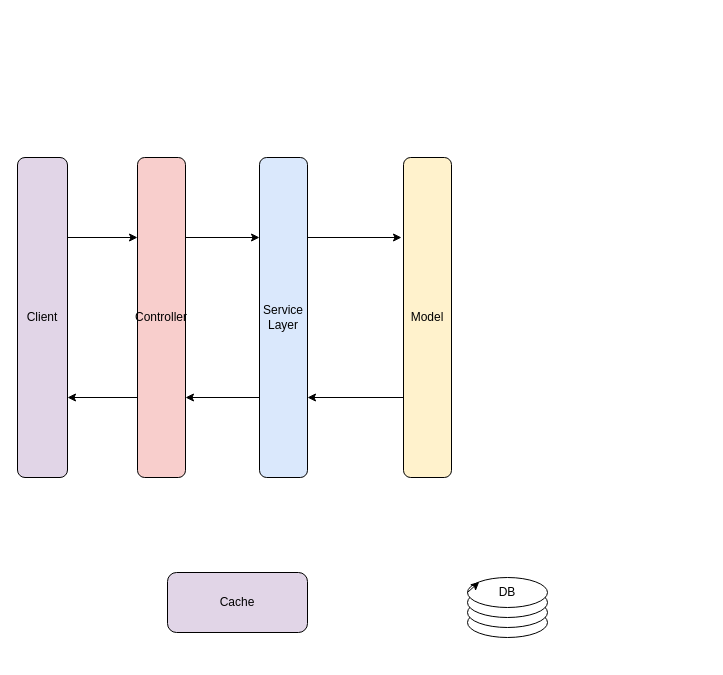
Earlier version of the draw.io diagram drawio/readme.drawio (WildandArt/HackerNewsAPI). Source tidied: cells renumbered, new cells numbered last; positions are measured from the earlier drawing's top-left corner, leaving out a move shared by most shapes. Both pictures are drawn from the tidied source at 100%, with x=0, y=0 at pixel (17, 157).
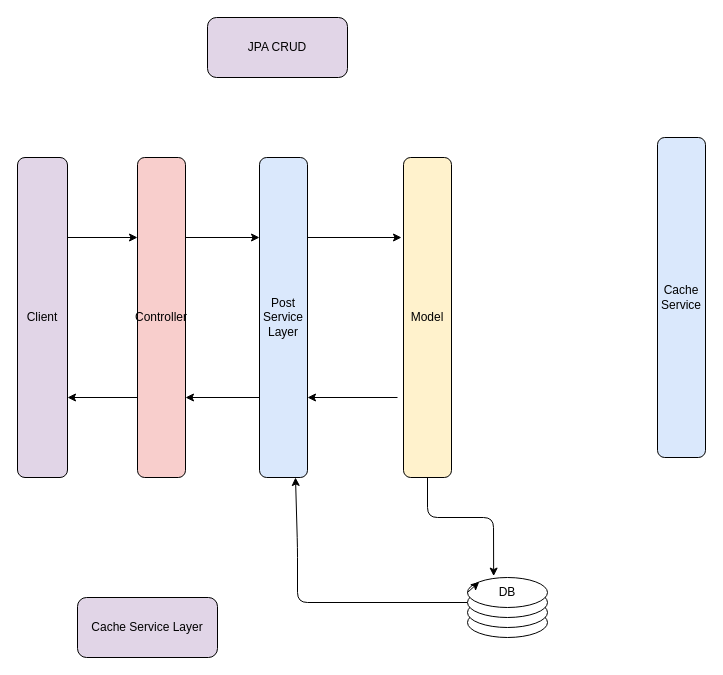
After the change.

The change refers to these unchanged cells:
```xml
<mxCell id="4" value="Model" style="rounded=1;whiteSpace=wrap;html=1;fillColor=#fff2cc;" parent="1" vertex="1">
  <mxGeometry x="386" width="48" height="320" as="geometry" />
</mxCell>
<mxCell id="12" style="ellipse;whiteSpace=wrap;html=1;" parent="1" vertex="1">
  <mxGeometry x="450" y="430" width="80" height="30" as="geometry" />
</mxCell>
<mxCell id="13" value="DB" style="ellipse;whiteSpace=wrap;html=1;" parent="1" vertex="1">
  <mxGeometry x="450" y="420" width="80" height="30" as="geometry" />
</mxCell>
```

The edit, as a diff of the source:
```diff
@@
-    <mxCell id="3" value="Service Layer" style="rounded=1;whiteSpace=wrap;html=1;fillColor=#dae8fc;" parent="1" vertex="1">
+    <mxCell id="3" value="Post Service Layer" style="rounded=1;whiteSpace=wrap;html=1;fillColor=#dae8fc;" parent="1" vertex="1">
       <mxGeometry x="242" width="48" height="320" as="geometry" />
     </mxCell>
+    <mxCell id="18" style="edgeStyle=none;html=1;exitX=0.5;exitY=1;exitDx=0;exitDy=0;entryX=0.327;entryY=-0.047;entryDx=0;entryDy=0;entryPerimeter=0;" parent="1" edge="1" source="4" target="13">
+      <mxGeometry relative="1" as="geometry">
+        <Array as="points">
+          <mxPoint x="410" y="360" />
+          <mxPoint x="476" y="360" />
+        </Array>
+      </mxGeometry>
+    </mxCell>
@@
-    <mxCell id="7" value="Cache" style="rounded=1;whiteSpace=wrap;html=1;fillColor=#e1d5e7;" parent="1" vertex="1">
-      <mxGeometry x="150" y="415" width="140" height="60" as="geometry" />
+    <mxCell id="7" value="JPA CRUD" style="rounded=1;whiteSpace=wrap;html=1;fillColor=#e1d5e7;" parent="1" vertex="1">
+      <mxGeometry x="190" y="-140" width="140" height="60" as="geometry" />
     </mxCell>
@@
+    <mxCell id="19" style="edgeStyle=none;html=1;exitX=0;exitY=0.5;exitDx=0;exitDy=0;entryX=0.75;entryY=1;entryDx=0;entryDy=0;" parent="1" edge="1" source="12" target="3">
+      <mxGeometry relative="1" as="geometry">
+        <Array as="points">
+          <mxPoint x="280" y="445" />
+          <mxPoint x="280" y="390" />
+        </Array>
+      </mxGeometry>
+    </mxCell>
@@
-    <mxCell id="17" style="edgeStyle=none;html=1;entryX=1;entryY=0.75;entryDx=0;entryDy=0;exitX=0;exitY=0.75;exitDx=0;exitDy=0;" parent="1" edge="1" source="4">
+    <mxCell id="17" style="edgeStyle=none;html=1;entryX=1;entryY=0.75;entryDx=0;entryDy=0;" parent="1" edge="1">
       <mxGeometry relative="1" as="geometry">
+        <mxPoint x="380" y="240" as="sourcePoint" />
         <mxPoint x="290" y="240" as="targetPoint" />
         <Array as="points">
           <mxPoint x="290" y="240" />
         </Array>
       </mxGeometry>
     </mxCell>
+    <mxCell id="20" value="Cache Service Layer" style="rounded=1;whiteSpace=wrap;html=1;fillColor=#e1d5e7;" parent="1" vertex="1">
+      <mxGeometry x="60" y="440" width="140" height="60" as="geometry" />
+    </mxCell>
+    <mxCell id="21" value="Cache Service" style="rounded=1;whiteSpace=wrap;html=1;fillColor=#dae8fc;" parent="1" vertex="1">
+      <mxGeometry x="640" y="-20" width="48" height="320" as="geometry" />
+    </mxCell>
```
